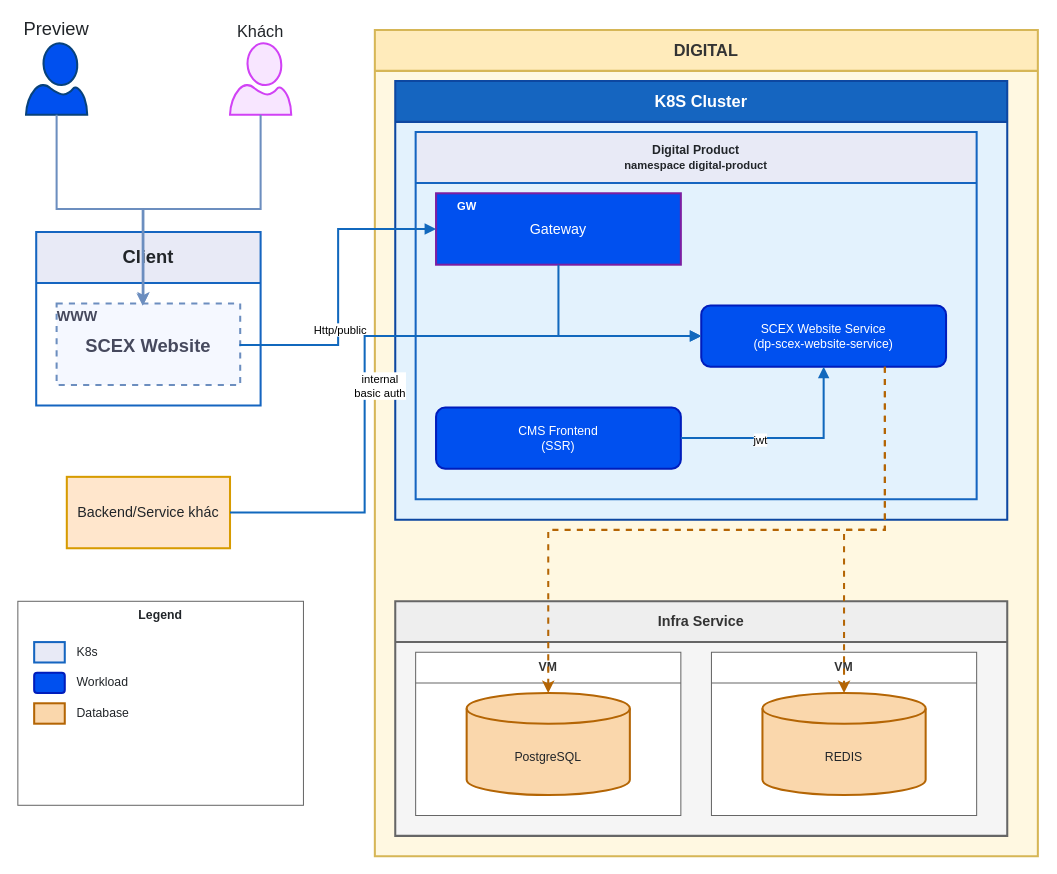
Earlier version of the draw.io diagram page "CMS" (2 of 3) of 2-enterprise-and-architecture-governance/architecture-models-and-diagrams/digital/digital-component.drawio (ducmami/scex-tech-architecture-hub). Source tidied: cells renumbered, new cells numbered last; positions are measured from the earlier drawing's top-left corner, leaving out a move shared by most shapes. Both pictures are drawn from the tidied source at 102%, with x=0, y=0 at pixel (17, 30).
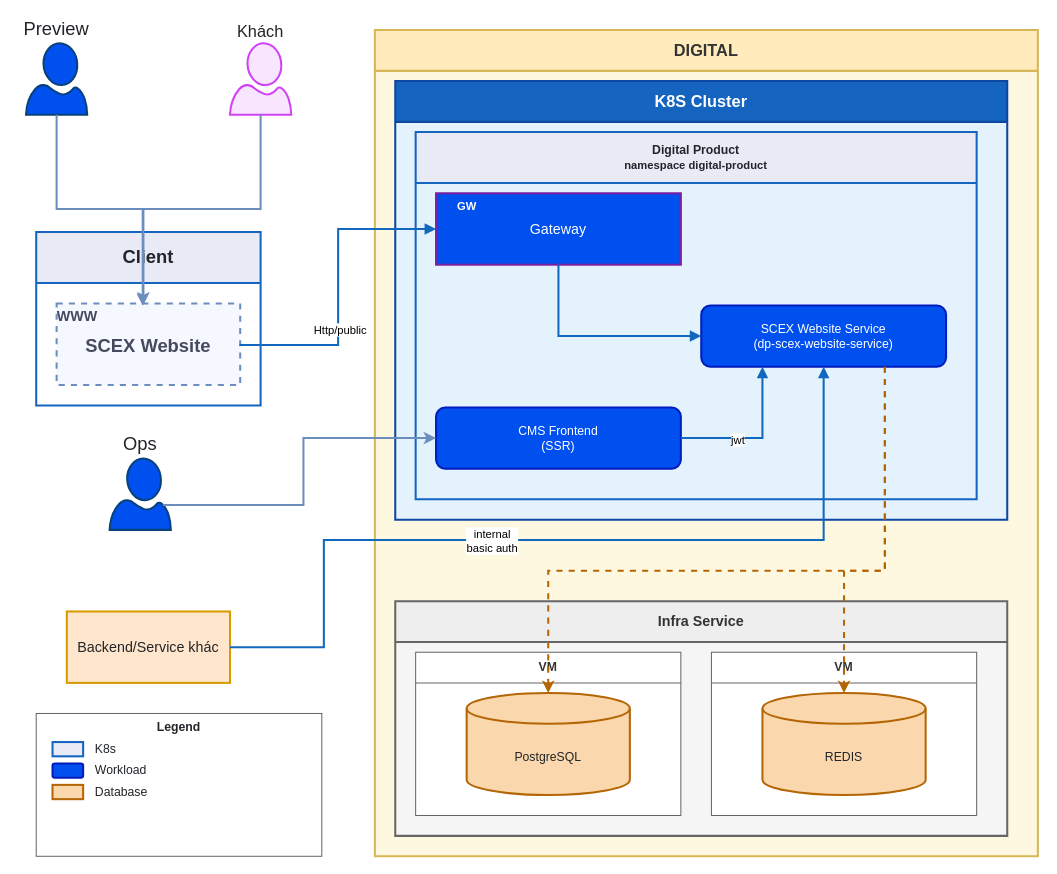
After the change.

The change refers to these unchanged cells:
```xml
<mxCell id="13" value="DIGITAL" style="swimlane;startSize=40;html=1;whiteSpace=wrap;fillColor=#ffebbb;swimlaneFillColor=#fff8e1;strokeColor=#d6b656;strokeWidth=2;fontStyle=1;fontSize=16;fontColor=#333333;" parent="1" vertex="1">
  <mxGeometry x="350" width="650" height="810" as="geometry" />
</mxCell>
<mxCell id="15" value="&lt;b&gt;Digital Product&lt;/b&gt;&lt;br&gt;&lt;font style=&quot;font-size:11px&quot;&gt;namespace digital-product&lt;/font&gt;" style="swimlane;startSize=50;html=1;whiteSpace=wrap;fillColor=#e8eaf6;strokeColor=#1565c0;strokeWidth=2;fontColor=#212529;fontSize=12;align=center;" parent="14" vertex="1">
  <mxGeometry x="20" y="50" width="550" height="360" as="geometry" />
</mxCell>
<mxCell id="19" value="SCEX Website Service&lt;br&gt;(dp-scex-website-service)" style="rounded=1;whiteSpace=wrap;html=1;fillColor=#0050ef;strokeColor=#001DBC;strokeWidth=2;fontColor=#ffffff;fontSize=12;" parent="15" vertex="1">
  <mxGeometry x="280" y="170" width="240" height="60" as="geometry" />
</mxCell>
<mxCell id="20" value="CMS Frontend&lt;div&gt;(SSR)&lt;/div&gt;" style="rounded=1;whiteSpace=wrap;html=1;fillColor=#0050ef;strokeColor=#001DBC;strokeWidth=2;fontColor=#ffffff;fontSize=12;" parent="15" vertex="1">
  <mxGeometry x="20" y="270" width="240" height="60" as="geometry" />
</mxCell>
<mxCell id="26" value="PostgreSQL" style="shape=cylinder3;whiteSpace=wrap;html=1;boundedLbl=1;backgroundOutline=1;size=15;fillColor=#fad7ac;strokeColor=#b46504;strokeWidth=2;fontColor=#212529;fontSize=12;" parent="25" vertex="1">
  <mxGeometry x="50" y="40" width="160" height="100" as="geometry" />
</mxCell>
<mxCell id="28" value="REDIS" style="shape=cylinder3;whiteSpace=wrap;html=1;boundedLbl=1;backgroundOutline=1;size=15;fillColor=#fad7ac;strokeColor=#b46504;strokeWidth=2;fontColor=#212529;fontSize=12;" parent="27" vertex="1">
  <mxGeometry x="50" y="40" width="160" height="100" as="geometry" />
</mxCell>
```

What changed in the source:
```diff
@@
     <mxCell id="2" value="Legend" style="rounded=0;whiteSpace=wrap;html=1;fillColor=#ffffff;strokeColor=#666666;verticalAlign=top;fontStyle=1;fontSize=12;fontColor=#212529;" parent="1" vertex="1">
-      <mxGeometry y="560" width="280" height="200" as="geometry" />
+      <mxGeometry x="18" y="670" width="280" height="140" as="geometry" />
     </mxCell>
     <mxCell id="3" style="rounded=0;html=1;fillColor=#e8eaf6;strokeColor=#1565c0;strokeWidth=2;" parent="2" vertex="1">
-      <mxGeometry x="16" y="40" width="30" height="20" as="geometry" />
+      <mxGeometry x="16" y="28" width="30" height="14" as="geometry" />
     </mxCell>
     <mxCell id="4" value="K8s" style="text;html=1;align=left;verticalAlign=middle;fontSize=12;fontColor=#212529;" parent="2" vertex="1">
-      <mxGeometry x="56" y="40" width="200" height="20" as="geometry" />
+      <mxGeometry x="56" y="28" width="200" height="14" as="geometry" />
     </mxCell>
     <mxCell id="5" style="rounded=1;html=1;fillColor=#0050ef;strokeColor=#001DBC;strokeWidth=2;" parent="2" vertex="1">
-      <mxGeometry x="16" y="70" width="30" height="20" as="geometry" />
+      <mxGeometry x="16" y="49" width="30" height="14" as="geometry" />
     </mxCell>
     <mxCell id="6" value="Workload" style="text;html=1;align=left;verticalAlign=middle;fontSize=12;fontColor=#212529;" parent="2" vertex="1">
-      <mxGeometry x="56" y="70" width="200" height="20" as="geometry" />
+      <mxGeometry x="56" y="49" width="200" height="14" as="geometry" />
     </mxCell>
     <mxCell id="7" style="rounded=0;html=1;fillColor=#fad7ac;strokeColor=#b46504;strokeWidth=2;" parent="2" vertex="1">
-      <mxGeometry x="16" y="100" width="30" height="20" as="geometry" />
+      <mxGeometry x="16" y="70" width="30" height="14" as="geometry" />
     </mxCell>
     <mxCell id="8" value="Database" style="text;html=1;align=left;verticalAlign=middle;fontSize=12;fontColor=#212529;" parent="2" vertex="1">
-      <mxGeometry x="56" y="100" width="200" height="20" as="geometry" />
+      <mxGeometry x="56" y="70" width="200" height="14" as="geometry" />
     </mxCell>
@@
-    <mxCell id="21" style="rounded=0;html=1;strokeColor=#1168bd;strokeWidth=2;endArrow=block;endFill=1;exitX=1;exitY=0.5;exitDx=0;exitDy=0;entryX=0.5;entryY=1;entryDx=0;entryDy=0;edgeStyle=orthogonalEdgeStyle;" parent="15" edge="1" source="20" target="19">
+    <mxCell id="21" style="rounded=0;html=1;strokeColor=#1168bd;strokeWidth=2;endArrow=block;endFill=1;exitX=1;exitY=0.5;exitDx=0;exitDy=0;entryX=0.25;entryY=1;entryDx=0;entryDy=0;edgeStyle=orthogonalEdgeStyle;" parent="15" edge="1" source="20" target="19">
       <mxGeometry relative="1" as="geometry" />
     </mxCell>
@@
     <mxCell id="29" style="edgeStyle=orthogonalEdgeStyle;rounded=0;html=1;strokeColor=#b46504;strokeWidth=2;endArrow=classic;endFill=1;dashed=1;exitX=0.75;exitY=1;exitDx=0;exitDy=0;entryX=0.5;entryY=0;entryDx=0;entryDy=0;entryPerimeter=0;" parent="13" edge="1" source="19" target="26">
-      <mxGeometry relative="1" as="geometry" />
+      <mxGeometry relative="1" as="geometry">
+        <Array as="points">
+          <mxPoint x="500" y="530" />
+          <mxPoint x="170" y="530" />
+        </Array>
+      </mxGeometry>
     </mxCell>
     <mxCell id="30" style="edgeStyle=orthogonalEdgeStyle;rounded=0;html=1;strokeColor=#b46504;strokeWidth=2;endArrow=classic;endFill=1;dashed=1;exitX=0.75;exitY=1;exitDx=0;exitDy=0;entryX=0.5;entryY=0;entryDx=0;entryDy=0;entryPerimeter=0;" parent="13" edge="1" source="19" target="28">
-      <mxGeometry relative="1" as="geometry" />
+      <mxGeometry relative="1" as="geometry">
+        <Array as="points">
+          <mxPoint x="500" y="530" />
+          <mxPoint x="460" y="530" />
+        </Array>
+      </mxGeometry>
     </mxCell>
@@
     <mxCell id="37" value="Backend/Service khác" style="rounded=0;whiteSpace=wrap;html=1;fillColor=#ffe6cc;strokeColor=#d79b00;strokeWidth=2;fontColor=#212529;fontSize=14;" parent="1" vertex="1">
-      <mxGeometry x="48" y="438" width="160" height="70" as="geometry" />
+      <mxGeometry x="48" y="570" width="160" height="70" as="geometry" />
     </mxCell>
-    <mxCell id="38" style="edgeStyle=orthogonalEdgeStyle;rounded=0;html=1;strokeColor=#1168bd;strokeWidth=2;endArrow=block;endFill=1;exitX=1;exitY=0.5;exitDx=0;exitDy=0;entryX=0;entryY=0.5;entryDx=0;entryDy=0;" parent="1" edge="1" source="37" target="19">
+    <mxCell id="38" style="edgeStyle=orthogonalEdgeStyle;rounded=0;html=1;strokeColor=#1168bd;strokeWidth=2;endArrow=block;endFill=1;exitX=1;exitY=0.5;exitDx=0;exitDy=0;entryX=0.5;entryY=1;entryDx=0;entryDy=0;" parent="1" edge="1" source="37" target="19">
       <mxGeometry relative="1" as="geometry">
         <Array as="points">
-          <mxPoint x="340" y="473" />
-          <mxPoint x="340" y="300" />
+          <mxPoint x="300" y="605" />
+          <mxPoint x="300" y="500" />
+          <mxPoint x="790" y="500" />
         </Array>
       </mxGeometry>
     </mxCell>
@@
+    <mxCell id="40" value="Ops" style="shape=mxgraph.azure.user;whiteSpace=wrap;html=1;fillColor=#0050ef;strokeColor=#08427b;strokeWidth=2;fontColor=#212529;fontSize=18;labelPosition=center;verticalLabelPosition=top;align=center;verticalAlign=bottom;" parent="1" vertex="1">
+      <mxGeometry x="90" y="420" width="60" height="70" as="geometry" />
+    </mxCell>
+    <mxCell id="41" style="edgeStyle=orthogonalEdgeStyle;rounded=0;html=1;strokeColor=#6c8ebf;strokeWidth=2;endArrow=classic;endFill=1;exitX=0.87;exitY=0.65;exitDx=0;exitDy=0;exitPerimeter=0;" parent="1" edge="1" source="40" target="20">
+      <mxGeometry relative="1" as="geometry" />
+    </mxCell>
```
